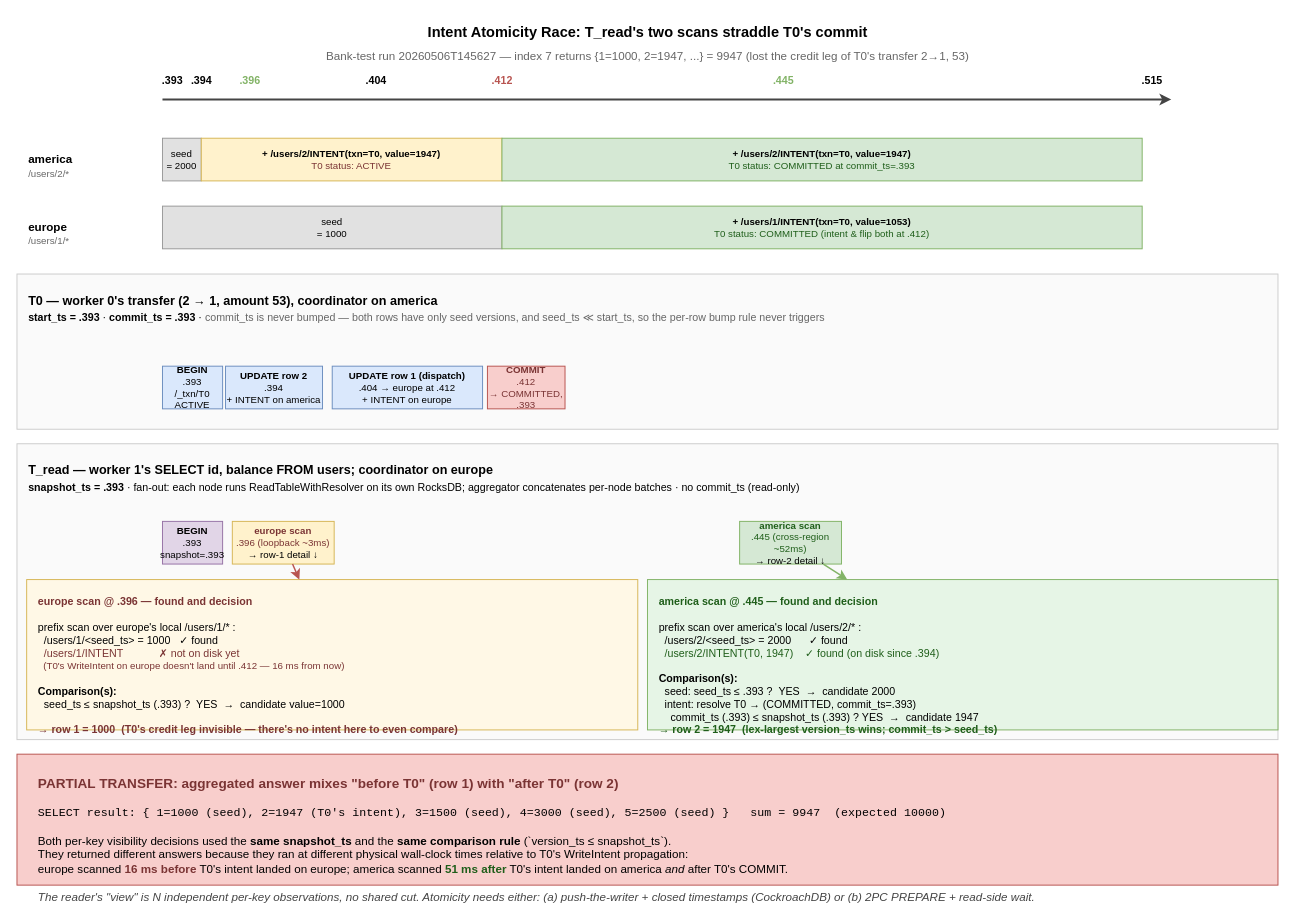
small-db/small-db keeps this draw.io diagram as small-db-book/src/clutter/intent_atomicity_race.drawio. Above is the earlier version. Source tidied: cells renumbered, new cells numbered last; positions are measured from the earlier drawing's top-left corner, leaving out a move shared by most shapes. Both pictures are drawn from the tidied source at 97%, with x=0, y=0 at pixel (16, 16).
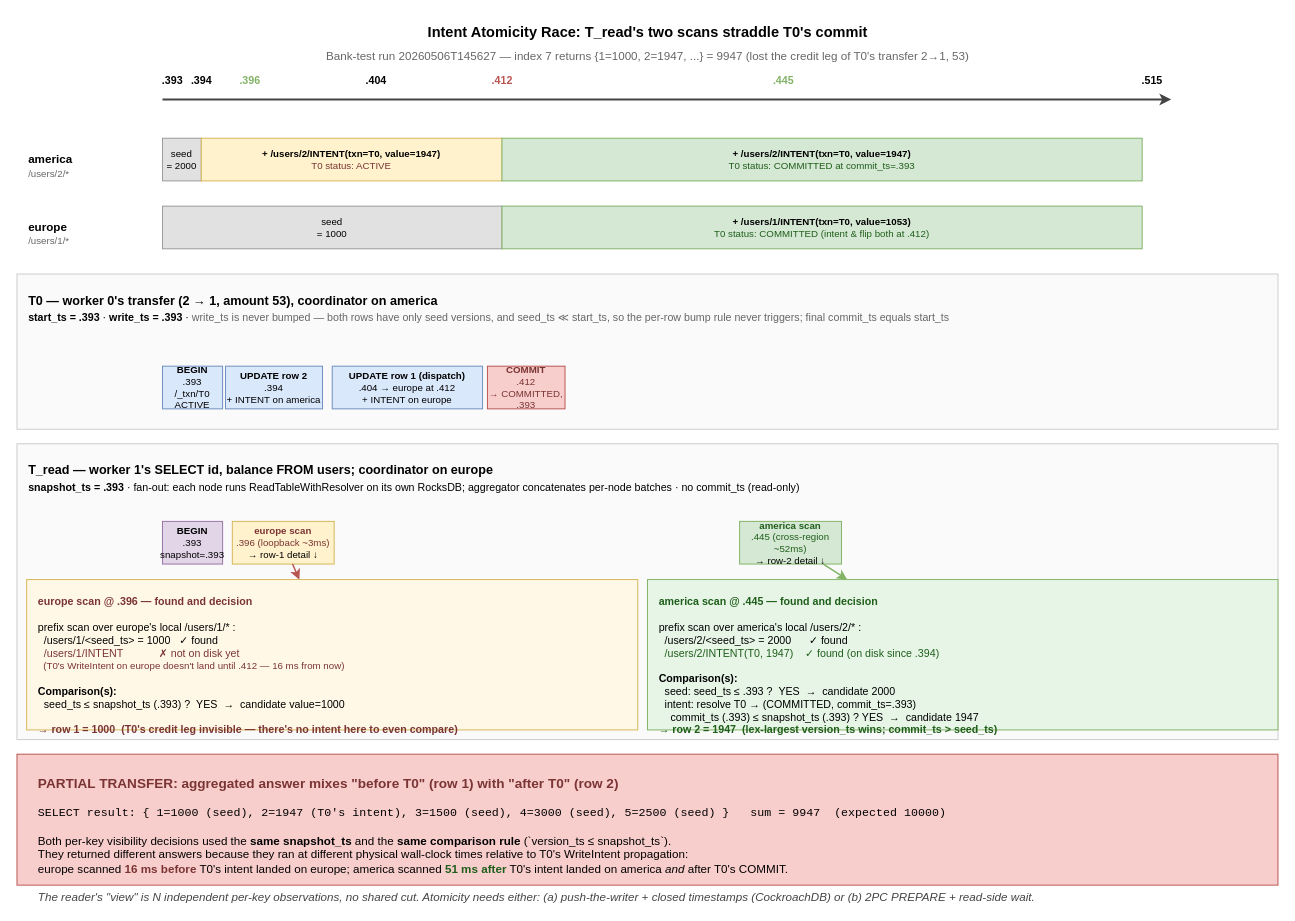
Above is the later version.

Change to the diagram source:
```diff
@@
-    <mxCell id="21" value="&lt;b&gt;start_ts = .393&lt;/b&gt;  ·  &lt;b&gt;commit_ts = .393&lt;/b&gt;  ·  &lt;font color=&quot;#666666&quot;&gt;commit_ts is never bumped — both rows have only seed versions, and seed_ts ≪ start_ts, so the per-row bump rule never triggers&lt;/font&gt;" style="text;html=1;align=left;fontSize=11;" parent="1" vertex="1">
+    <mxCell id="21" value="&lt;b&gt;start_ts = .393&lt;/b&gt;  ·  &lt;b&gt;write_ts = .393&lt;/b&gt;  ·  &lt;font color=&quot;#666666&quot;&gt;write_ts is never bumped — both rows have only seed versions, and seed_ts ≪ start_ts, so the per-row bump rule never triggers; final commit_ts equals start_ts&lt;/font&gt;" style="text;html=1;align=left;fontSize=11;" parent="1" vertex="1">
       <mxGeometry x="10" y="297" width="1280" height="20" as="geometry" />
     </mxCell>
```
